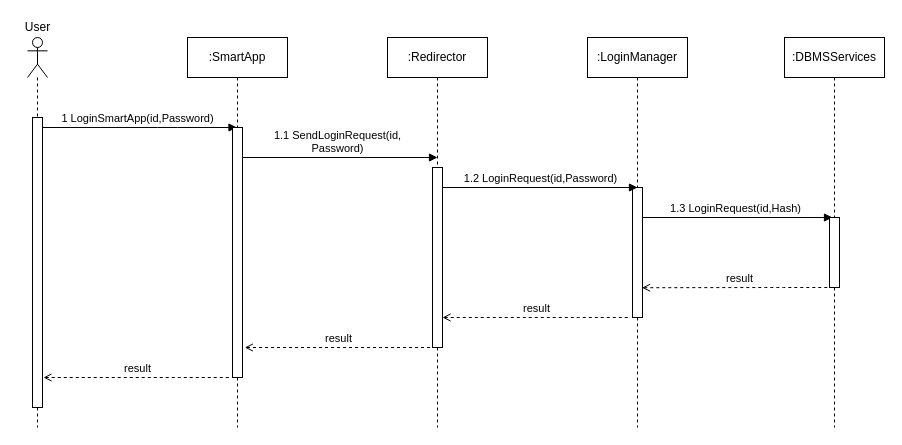
Before: DD/Images/RuntimeViewLogin.drawio in StefanoAzzone/AbelliAzzone, a draw.io diagram. Source tidied: cells renumbered, new cells numbered last; positions are measured from the earlier drawing's top-left corner, leaving out a move shared by most shapes. Both pictures are drawn from the tidied source at 100%, with x=0, y=0 at pixel (17, 17).
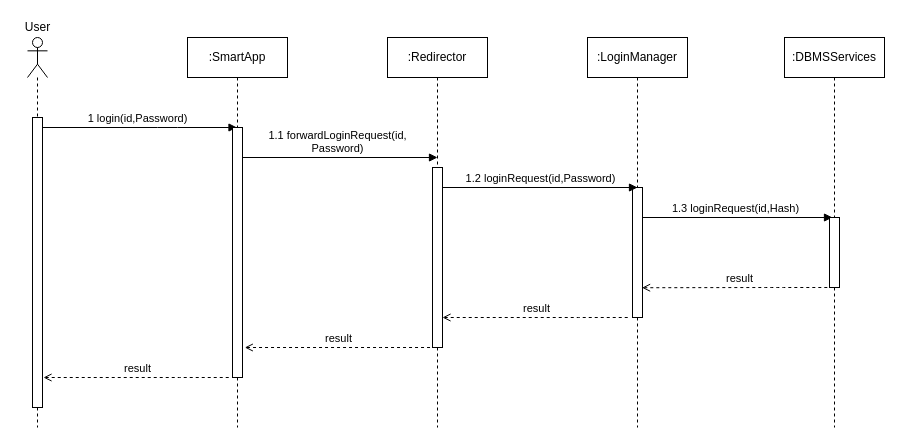
Above is the later version.

The change refers to these unchanged cells:
```xml
<mxCell id="7" value=":SmartApp" style="shape=umlLifeline;perimeter=lifelinePerimeter;whiteSpace=wrap;html=1;outlineConnect=0;" parent="1" vertex="1">
  <mxGeometry x="170" y="20" width="100" height="390" as="geometry" />
</mxCell>
```

What changed in the source:
```diff
@@
-    <mxCell id="2" value="&lt;div&gt;1.3 LoginRequest(id,Hash)&lt;/div&gt;" style="html=1;verticalAlign=bottom;endArrow=block;" parent="1" edge="1">
+    <mxCell id="2" value="&lt;div&gt;1.3 loginRequest(id,Hash)&lt;/div&gt;" style="html=1;verticalAlign=bottom;endArrow=block;" parent="1" edge="1">
       <mxGeometry relative="1" as="geometry">
         <mxPoint x="620" y="200" as="sourcePoint" />
         <mxPoint x="815" y="200" as="targetPoint" />
         <Array as="points">
           <mxPoint x="750.5" y="200" />
         </Array>
       </mxGeometry>
     </mxCell>
-    <mxCell id="3" value="&lt;div&gt;1.1 SendLoginRequest(id,&lt;/div&gt;&lt;div&gt;Password)&lt;/div&gt;" style="html=1;verticalAlign=bottom;endArrow=block;" parent="1" edge="1">
+    <mxCell id="3" value="&lt;div&gt;1.1 forwardLoginRequest(id,&lt;/div&gt;&lt;div&gt;Password)&lt;/div&gt;" style="html=1;verticalAlign=bottom;endArrow=block;" parent="1" edge="1">
       <mxGeometry relative="1" as="geometry">
         <mxPoint x="220" y="140" as="sourcePoint" />
         <mxPoint x="420" y="140" as="targetPoint" />
         <Array as="points">
           <mxPoint x="350.5" y="140" />
         </Array>
       </mxGeometry>
     </mxCell>
-    <mxCell id="4" value="1 LoginSmartApp(id,Password)" style="html=1;verticalAlign=bottom;endArrow=block;" parent="1" edge="1" target="7">
+    <mxCell id="4" value="1 login(id,Password)" style="html=1;verticalAlign=bottom;endArrow=block;" parent="1" edge="1" target="7">
       <mxGeometry relative="1" as="geometry">
         <mxPoint x="19.5" y="110" as="sourcePoint" />
         <Array as="points">
           <mxPoint x="150" y="110" />
         </Array>
       </mxGeometry>
     </mxCell>
@@
-    <mxCell id="15" value="&lt;div&gt;1.2 LoginRequest(id,Password)&lt;/div&gt;" style="html=1;verticalAlign=bottom;endArrow=block;" parent="1" edge="1">
+    <mxCell id="15" value="&lt;div&gt;1.2 loginRequest(id,Password)&lt;/div&gt;" style="html=1;verticalAlign=bottom;endArrow=block;" parent="1" edge="1">
       <mxGeometry relative="1" as="geometry">
         <mxPoint x="425" y="170" as="sourcePoint" />
         <mxPoint x="620" y="170" as="targetPoint" />
         <Array as="points">
           <mxPoint x="555.5" y="170" />
         </Array>
       </mxGeometry>
     </mxCell>
```
